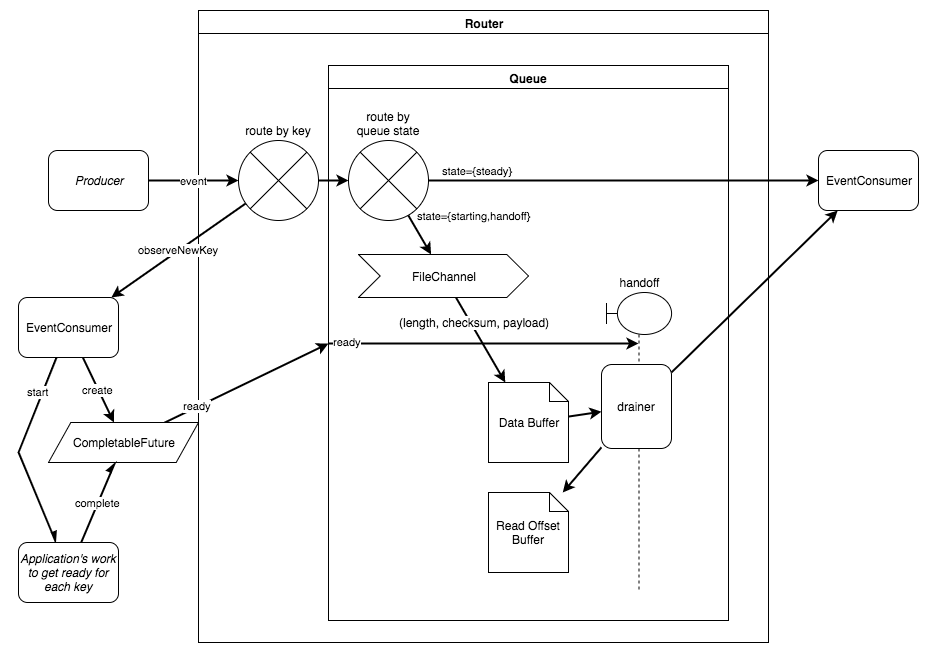
Earlier version of the draw.io export SlowStartEventQueues.png (itzg/slowstart-eventqueue). Source tidied: cells renumbered, new cells last; positions are measured from the earlier drawing's top-left corner, leaving out a move shared by most shapes. Its diagram source:
```xml
<mxGraphModel>
  <root>
    <mxCell id="0" />
    <mxCell id="1" parent="0" />
    <mxCell id="2" value="Router" style="swimlane;whiteSpace=wrap;html=1;shadow=0;fillColor=#FFFFFF;align=center;" parent="1" vertex="1">
      <mxGeometry x="180" width="570" height="632" as="geometry" />
    </mxCell>
    <mxCell id="3" value="Queue" style="swimlane;whiteSpace=wrap;html=1;shadow=0;fillColor=#FFFFFF;align=center;" parent="2" vertex="1">
      <mxGeometry x="130" y="55" width="400" height="555" as="geometry" />
    </mxCell>
    <mxCell id="4" value="route by queue state" style="shape=sumEllipse;perimeter=ellipsePerimeter;whiteSpace=wrap;html=1;shadow=0;fillColor=#FFFFFF;align=center;labelPosition=center;verticalLabelPosition=top;verticalAlign=bottom;" parent="3" vertex="1">
      <mxGeometry x="20" y="75" width="80" height="80" as="geometry" />
    </mxCell>
    <mxCell id="5" value="Data Buffer" style="shape=note;whiteSpace=wrap;html=1;shadow=0;fillColor=#FFFFFF;align=center;size=19;" parent="3" vertex="1">
      <mxGeometry x="160" y="317" width="80" height="80" as="geometry" />
    </mxCell>
    <mxCell id="6" value="FileChannel" style="shape=step;whiteSpace=wrap;html=1;shadow=0;fillColor=#FFFFFF;align=center;spacingLeft=10;spacingRight=10;size=0.1275;" parent="3" vertex="1">
      <mxGeometry x="30" y="189" width="170" height="43" as="geometry" />
    </mxCell>
    <mxCell id="7" value="state={starting,handoff}" style="edgeStyle=none;rounded=0;html=1;startArrow=none;startFill=0;jettySize=auto;strokeWidth=2;align=left;" parent="3" edge="1" source="4" target="6">
      <mxGeometry x="-0.82" y="6" relative="1" as="geometry" />
    </mxCell>
    <mxCell id="8" style="edgeStyle=none;rounded=0;html=1;startArrow=none;startFill=0;jettySize=auto;strokeWidth=2;" parent="3" edge="1" source="6" target="5">
      <mxGeometry relative="1" as="geometry" />
    </mxCell>
    <mxCell id="9" value="(length, checksum, payload)" style="text;html=1;align=center;verticalAlign=middle;labelBackgroundColor=#ffffff;" parent="8" vertex="1">
      <mxGeometry x="-0.4" y="3" relative="1" as="geometry" />
    </mxCell>
    <mxCell id="10" value="Read Offset Buffer" style="shape=note;whiteSpace=wrap;html=1;shadow=0;fillColor=#FFFFFF;align=center;size=19;" parent="3" vertex="1">
      <mxGeometry x="160" y="427" width="80" height="80" as="geometry" />
    </mxCell>
    <mxCell id="11" style="edgeStyle=none;rounded=0;html=1;startArrow=none;startFill=0;jettySize=auto;strokeWidth=2;" parent="3" edge="1" source="5" target="14">
      <mxGeometry relative="1" as="geometry" />
    </mxCell>
    <mxCell id="12" style="edgeStyle=none;rounded=0;html=1;startArrow=none;startFill=0;jettySize=auto;strokeWidth=2;" parent="3" edge="1" source="14" target="10">
      <mxGeometry relative="1" as="geometry" />
    </mxCell>
    <mxCell id="13" value="handoff" style="shape=umlLifeline;participant=umlBoundary;perimeter=lifelinePerimeter;whiteSpace=wrap;html=1;verticalAlign=bottom;spacingTop=36;labelBackgroundColor=#ffffff;outlineConnect=0;shadow=0;fillColor=#FFFFFF;align=center;size=42;labelPosition=center;verticalLabelPosition=top;" parent="3" vertex="1">
      <mxGeometry x="278" y="227" width="65" height="300" as="geometry" />
    </mxCell>
    <mxCell id="14" value="drainer" style="rounded=1;whiteSpace=wrap;html=1;shadow=0;fillColor=#FFFFFF;align=center;" parent="13" vertex="1">
      <mxGeometry x="-5" y="72" width="70" height="84" as="geometry" />
    </mxCell>
    <mxCell id="15" value="ready" style="edgeStyle=none;rounded=0;html=1;startArrow=none;startFill=0;jettySize=auto;strokeWidth=2;exitX=0;exitY=0.5;" parent="3" edge="1" source="3" target="13">
      <mxGeometry x="-0.87" y="2" relative="1" as="geometry" />
    </mxCell>
    <mxCell id="16" value="route by key" style="shape=sumEllipse;perimeter=ellipsePerimeter;whiteSpace=wrap;html=1;shadow=0;fillColor=#FFFFFF;align=center;labelPosition=center;verticalLabelPosition=top;verticalAlign=bottom;" parent="2" vertex="1">
      <mxGeometry x="40" y="130" width="80" height="80" as="geometry" />
    </mxCell>
    <mxCell id="17" style="edgeStyle=none;rounded=0;html=1;startArrow=none;startFill=0;jettySize=auto;strokeWidth=2;" parent="2" edge="1" source="16" target="4">
      <mxGeometry relative="1" as="geometry" />
    </mxCell>
    <mxCell id="18" value="EventConsumer" style="rounded=1;whiteSpace=wrap;html=1;shadow=0;fillColor=#FFFFFF;align=center;" parent="1" vertex="1">
      <mxGeometry x="800" y="140" width="100" height="60" as="geometry" />
    </mxCell>
    <mxCell id="19" value="Producer" style="rounded=1;whiteSpace=wrap;html=1;shadow=0;fillColor=#FFFFFF;align=center;fontStyle=2;" parent="1" vertex="1">
      <mxGeometry x="30" y="140" width="100" height="60" as="geometry" />
    </mxCell>
    <mxCell id="20" value="event" style="edgeStyle=none;rounded=0;html=1;entryX=0;entryY=0.5;startArrow=none;startFill=0;jettySize=auto;strokeWidth=2;" parent="1" edge="1" source="19" target="16">
      <mxGeometry relative="1" as="geometry" />
    </mxCell>
    <mxCell id="21" value="ready" style="edgeStyle=none;rounded=0;html=1;startArrow=none;startFill=0;jettySize=auto;strokeWidth=2;entryX=0;entryY=0.5;" parent="1" edge="1" source="26" target="3">
      <mxGeometry x="-0.59" y="1" relative="1" as="geometry" />
    </mxCell>
    <mxCell id="22" value="state={steady}" style="edgeStyle=none;rounded=0;html=1;startArrow=none;startFill=0;jettySize=auto;strokeWidth=2;align=left;" parent="1" edge="1" source="4" target="18">
      <mxGeometry x="-0.94" y="10" relative="1" as="geometry" />
    </mxCell>
    <mxCell id="23" style="edgeStyle=none;rounded=0;html=1;startArrow=none;startFill=0;jettySize=auto;strokeWidth=2;" parent="1" edge="1" source="14" target="18">
      <mxGeometry relative="1" as="geometry" />
    </mxCell>
    <mxCell id="24" value="start" style="edgeStyle=none;rounded=0;html=1;startArrow=none;startFill=0;jettySize=auto;strokeWidth=2;align=center;endArrow=async;endFill=1;" parent="1" edge="1" source="25" target="29">
      <mxGeometry x="-0.61" y="-4" relative="1" as="geometry">
        <Array as="points">
          <mxPoint y="442" />
        </Array>
      </mxGeometry>
    </mxCell>
    <mxCell id="25" value="EventConsumer" style="rounded=1;whiteSpace=wrap;html=1;shadow=0;fillColor=#FFFFFF;align=center;" parent="1" vertex="1">
      <mxGeometry y="287" width="100" height="60" as="geometry" />
    </mxCell>
    <mxCell id="26" value="CompletableFuture" style="shape=parallelogram;whiteSpace=wrap;html=1;shadow=0;fillColor=#FFFFFF;align=center;size=0.14888888888888888;" parent="1" vertex="1">
      <mxGeometry x="30" y="412" width="150" height="40" as="geometry" />
    </mxCell>
    <mxCell id="27" value="observeNewKey" style="edgeStyle=none;rounded=0;html=1;startArrow=none;startFill=0;jettySize=auto;strokeWidth=2;" parent="1" edge="1" source="16" target="25">
      <mxGeometry relative="1" as="geometry" />
    </mxCell>
    <mxCell id="28" value="create" style="edgeStyle=none;rounded=0;html=1;startArrow=none;startFill=0;jettySize=auto;strokeWidth=2;" parent="1" edge="1" source="25" target="26">
      <mxGeometry relative="1" as="geometry" />
    </mxCell>
    <mxCell id="29" value="Application's work to get ready for each key" style="rounded=1;whiteSpace=wrap;html=1;shadow=0;fillColor=#FFFFFF;align=center;fontStyle=2;" parent="1" vertex="1">
      <mxGeometry y="532" width="100" height="60" as="geometry" />
    </mxCell>
    <mxCell id="30" value="complete" style="edgeStyle=none;rounded=0;html=1;startArrow=none;startFill=0;jettySize=auto;strokeWidth=2;endArrow=async;endFill=1;" parent="1" edge="1" source="29" target="26">
      <mxGeometry relative="1" as="geometry" />
    </mxCell>
  </root>
</mxGraphModel>
```
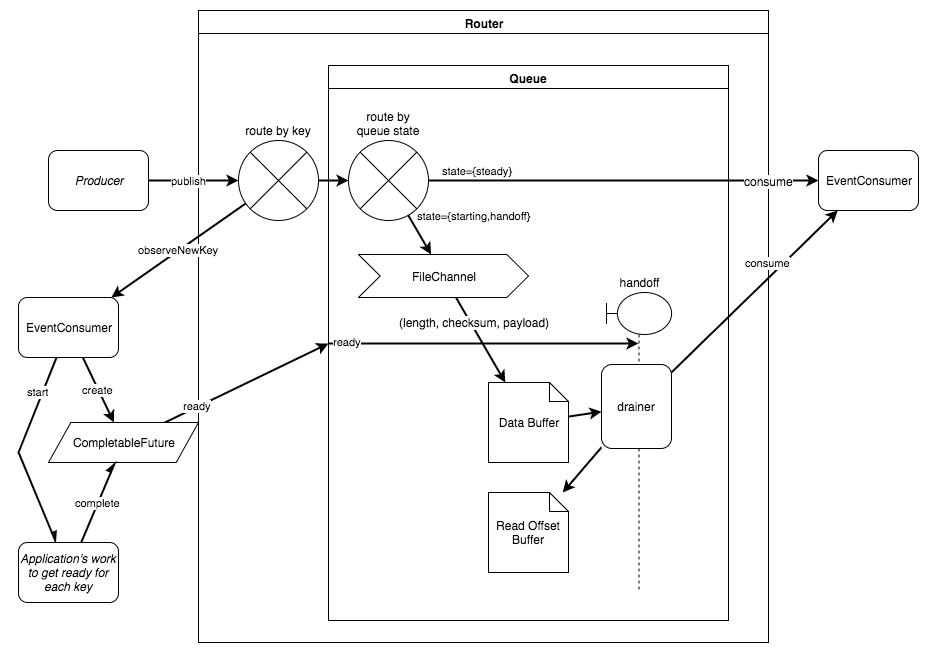
After the change.

Commit message:
Updated diagram with actual method names

Change to the diagram source:
```diff
@@ -1,4 +1,4 @@
-<mxGraphModel>
+<mxGraphModel background="#ffffff">
   <root>
     <mxCell id="0" />
     <mxCell id="1" parent="0" />
@@ -56,8 +56,8 @@
     <mxCell id="19" value="Producer" style="rounded=1;whiteSpace=wrap;html=1;shadow=0;fillColor=#FFFFFF;align=center;fontStyle=2;" parent="1" vertex="1">
       <mxGeometry x="30" y="140" width="100" height="60" as="geometry" />
     </mxCell>
-    <mxCell id="20" value="event" style="edgeStyle=none;rounded=0;html=1;entryX=0;entryY=0.5;startArrow=none;startFill=0;jettySize=auto;strokeWidth=2;" parent="1" edge="1" source="19" target="16">
-      <mxGeometry relative="1" as="geometry" />
+    <mxCell id="20" value="publish" style="edgeStyle=none;rounded=0;html=1;entryX=0;entryY=0.5;startArrow=none;startFill=0;jettySize=auto;strokeWidth=2;" parent="1" edge="1" source="19" target="16">
+      <mxGeometry x="-0.11" relative="1" as="geometry" />
     </mxCell>
     <mxCell id="21" value="ready" style="edgeStyle=none;rounded=0;html=1;startArrow=none;startFill=0;jettySize=auto;strokeWidth=2;entryX=0;entryY=0.5;" parent="1" edge="1" source="26" target="3">
       <mxGeometry x="-0.59" y="1" relative="1" as="geometry" />
@@ -65,8 +65,13 @@
     <mxCell id="22" value="state={steady}" style="edgeStyle=none;rounded=0;html=1;startArrow=none;startFill=0;jettySize=auto;strokeWidth=2;align=left;" parent="1" edge="1" source="4" target="18">
       <mxGeometry x="-0.94" y="10" relative="1" as="geometry" />
     </mxCell>
+    <mxCell id="31" value="consume" style="text;html=1;align=center;verticalAlign=middle;labelBackgroundColor=#ffffff;" parent="22" vertex="1">
+      <mxGeometry x="0.36" y="-2" relative="1" as="geometry">
+        <mxPoint x="74" y="-2" as="offset" />
+      </mxGeometry>
+    </mxCell>
-    <mxCell id="23" style="edgeStyle=none;rounded=0;html=1;startArrow=none;startFill=0;jettySize=auto;strokeWidth=2;" parent="1" edge="1" source="14" target="18">
-      <mxGeometry relative="1" as="geometry" />
+    <mxCell id="23" value="consume" style="edgeStyle=none;rounded=0;html=1;startArrow=none;startFill=0;jettySize=auto;strokeWidth=2;" parent="1" edge="1" source="14" target="18">
+      <mxGeometry x="0.26" y="11" relative="1" as="geometry" />
     </mxCell>
     <mxCell id="24" value="start" style="edgeStyle=none;rounded=0;html=1;startArrow=none;startFill=0;jettySize=auto;strokeWidth=2;align=center;endArrow=async;endFill=1;" parent="1" edge="1" source="25" target="29">
       <mxGeometry x="-0.61" y="-4" relative="1" as="geometry">
```
